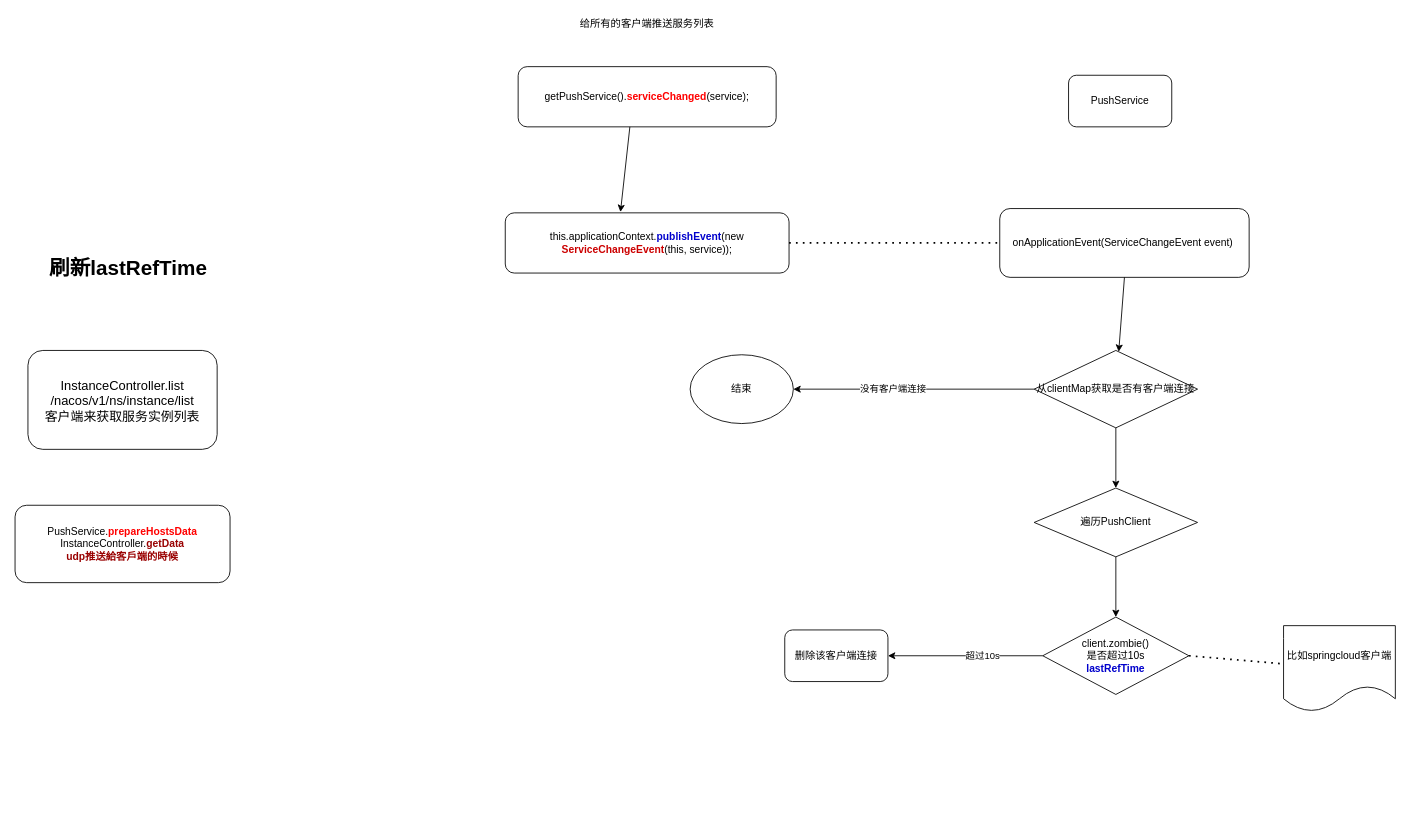
kongq1983/document keeps this draw.io diagram as page "serviceChanged" (9 of 9) of 源码/nacos/nacos.drawio. Above is the earlier version. Source tidied: cells renumbered, new cells numbered last; positions are measured from the earlier drawing's top-left corner, leaving out a move shared by most shapes. Both pictures are drawn from the tidied source at 86%, with x=0, y=0 at pixel (15, 15).
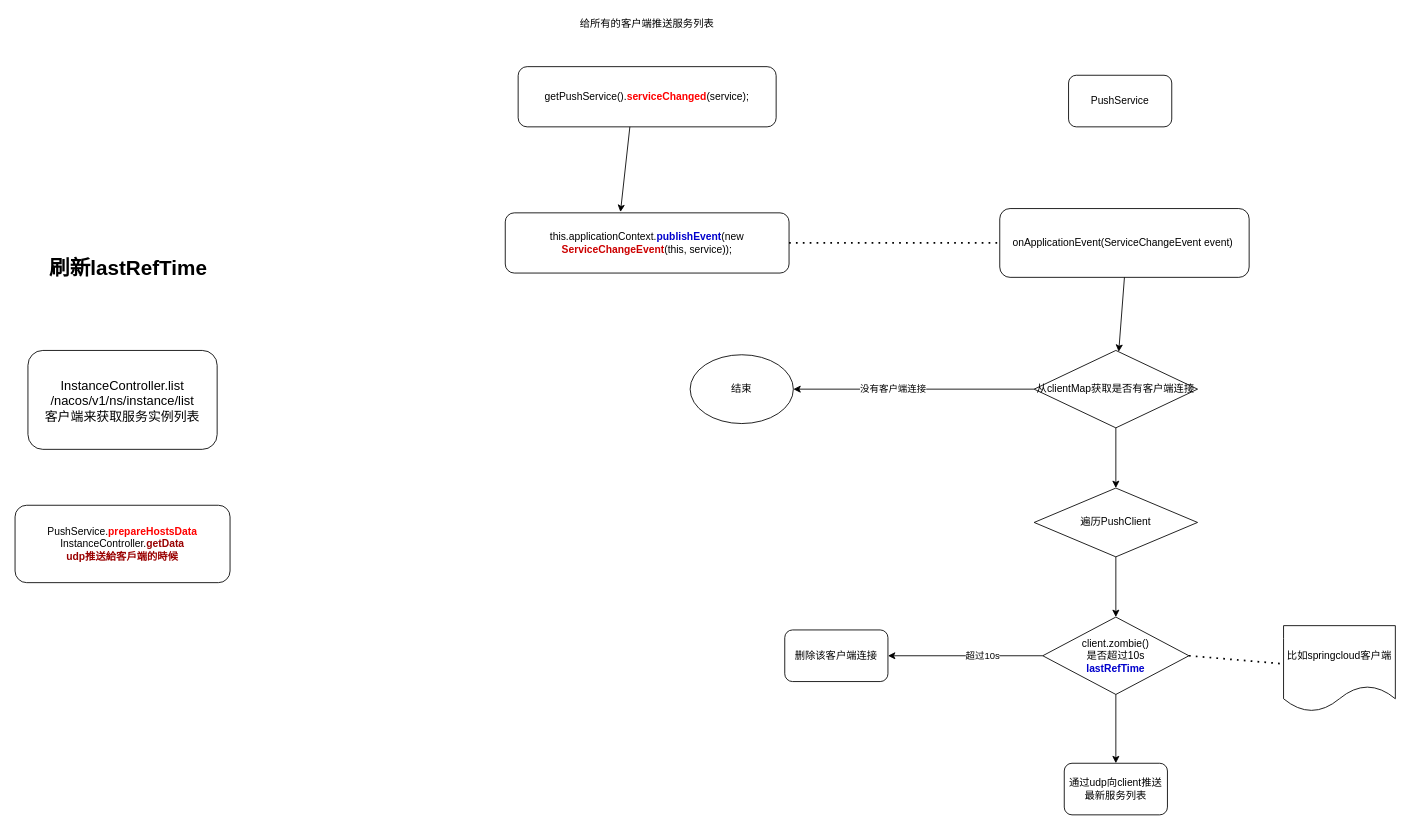
The same diagram, later.

The change refers to these unchanged cells:
```xml
<mxCell id="15" value="client.zombie()&lt;br&gt;是否超过10s&lt;br&gt;&lt;b&gt;&lt;font color=&quot;#0000cc&quot;&gt;lastRefTime&lt;/font&gt;&lt;/b&gt;" style="rhombus;whiteSpace=wrap;html=1;" parent="1" vertex="1">
  <mxGeometry x="1195" y="700" width="170" height="90" as="geometry" />
</mxCell>
```

Change to the diagram source:
```diff
@@
+    <mxCell id="25" value="通过udp向client推送最新服务列表" style="rounded=1;whiteSpace=wrap;html=1;" parent="1" vertex="1">
+      <mxGeometry x="1220" y="870" width="120" height="60" as="geometry" />
+    </mxCell>
+    <mxCell id="26" style="endArrow=classic;html=1;exitX=0.5;exitY=1;exitDx=0;exitDy=0;" parent="1" edge="1" source="15" target="25">
+      <mxGeometry relative="1" as="geometry" />
+    </mxCell>
```
